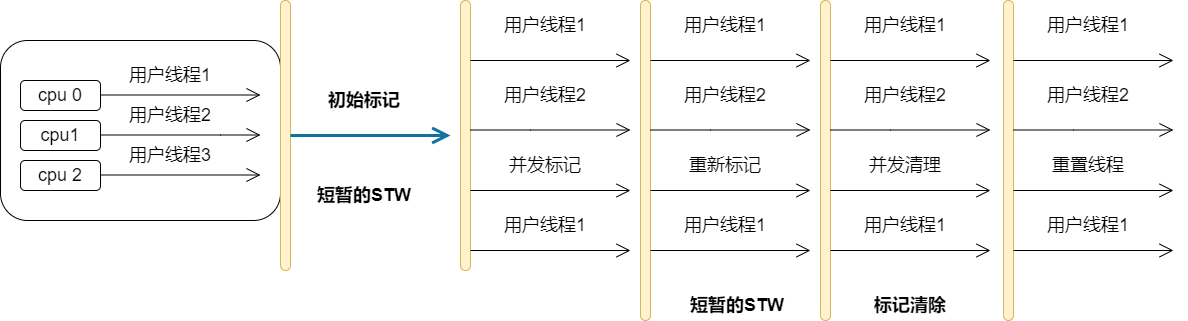
This is CMS收集器工作流程.png from Langmouren/langxuan, a draw.io export, as it was before one commit. Source tidied: cells renumbered, new cells last; positions are measured from the earlier drawing's top-left corner, leaving out a move shared by most shapes. The source it was exported from:
```xml
<mxGraphModel>
  <root>
    <mxCell id="0" />
    <mxCell id="1" parent="0" />
    <mxCell id="2" style="rounded=1;whiteSpace=wrap;html=1;" parent="1" vertex="1">
      <mxGeometry y="40" width="280" height="180" as="geometry" />
    </mxCell>
    <mxCell id="3" value="cpu 0" style="rounded=1;whiteSpace=wrap;html=1;strokeWidth=1;fontSize=18;" parent="1" vertex="1">
      <mxGeometry x="20" y="80" width="80" height="30" as="geometry" />
    </mxCell>
    <mxCell id="4" value="cpu1" style="rounded=1;whiteSpace=wrap;html=1;strokeWidth=1;fontSize=18;" parent="1" vertex="1">
      <mxGeometry x="20" y="120" width="80" height="30" as="geometry" />
    </mxCell>
    <mxCell id="5" value="cpu 2" style="rounded=1;whiteSpace=wrap;html=1;strokeWidth=1;fontSize=18;" parent="1" vertex="1">
      <mxGeometry x="20" y="160" width="80" height="30" as="geometry" />
    </mxCell>
    <mxCell id="6" style="endArrow=open;endFill=1;endSize=12;html=1;rounded=0;edgeStyle=orthogonalEdgeStyle;fontSize=18;" parent="1" edge="1">
      <mxGeometry relative="1" as="geometry">
        <mxPoint x="100" y="94.5" as="sourcePoint" />
        <mxPoint x="260" y="94.5" as="targetPoint" />
        <Array as="points">
          <mxPoint x="260" y="95" />
          <mxPoint x="260" y="95" />
        </Array>
      </mxGeometry>
    </mxCell>
    <mxCell id="7" style="endArrow=open;endFill=1;endSize=12;html=1;rounded=0;edgeStyle=orthogonalEdgeStyle;fontSize=18;" parent="1" edge="1">
      <mxGeometry relative="1" as="geometry">
        <mxPoint x="100" y="134.5" as="sourcePoint" />
        <mxPoint x="260" y="134.5" as="targetPoint" />
        <Array as="points">
          <mxPoint x="220" y="135" />
          <mxPoint x="220" y="135" />
        </Array>
      </mxGeometry>
    </mxCell>
    <mxCell id="8" style="endArrow=open;endFill=1;endSize=12;html=1;rounded=0;edgeStyle=orthogonalEdgeStyle;fontSize=18;" parent="1" edge="1">
      <mxGeometry relative="1" as="geometry">
        <mxPoint x="100" y="174.5" as="sourcePoint" />
        <mxPoint x="260" y="174.5" as="targetPoint" />
        <Array as="points">
          <mxPoint x="260" y="175" />
          <mxPoint x="260" y="175" />
        </Array>
      </mxGeometry>
    </mxCell>
    <mxCell id="9" value="用户线程3" style="text;html=1;strokeColor=none;fillColor=none;align=center;verticalAlign=middle;whiteSpace=wrap;rounded=0;fontSize=18;" parent="1" vertex="1">
      <mxGeometry x="125" y="150" width="90" height="10" as="geometry" />
    </mxCell>
    <mxCell id="10" value="用户线程2" style="text;html=1;strokeColor=none;fillColor=none;align=center;verticalAlign=middle;whiteSpace=wrap;rounded=0;fontSize=18;" parent="1" vertex="1">
      <mxGeometry x="125" y="110" width="90" height="10" as="geometry" />
    </mxCell>
    <mxCell id="11" style="html=1;points=[];perimeter=orthogonalPerimeter;rounded=1;fontSize=18;strokeWidth=1;arcSize=50;fillColor=#fff2cc;strokeColor=#d6b656;" parent="1" vertex="1">
      <mxGeometry x="280" width="10" height="270" as="geometry" />
    </mxCell>
    <mxCell id="12" style="endArrow=open;endFill=1;endSize=12;html=1;rounded=0;edgeStyle=orthogonalEdgeStyle;fontSize=18;fillColor=#b1ddf0;spacing=6;strokeWidth=3;strokeColor=#10739e;" parent="1" edge="1" source="11">
      <mxGeometry relative="1" as="geometry">
        <mxPoint x="450" y="135" as="targetPoint" />
      </mxGeometry>
    </mxCell>
    <mxCell id="13" value="&lt;b&gt;初始标记&lt;/b&gt;" style="text;html=1;strokeColor=none;fillColor=none;align=center;verticalAlign=middle;whiteSpace=wrap;rounded=0;fontSize=18;" parent="1" vertex="1">
      <mxGeometry x="326" y="90" width="76" height="20" as="geometry" />
    </mxCell>
    <mxCell id="14" style="html=1;perimeter=orthogonalPerimeter;rounded=1;fontSize=18;strokeWidth=1;arcSize=50;fillColor=#fff2cc;strokeColor=#d6b656;" parent="1" vertex="1">
      <mxGeometry x="460" width="10" height="270" as="geometry" />
    </mxCell>
    <mxCell id="15" value="用户线程1" style="text;html=1;strokeColor=none;fillColor=none;align=center;verticalAlign=middle;whiteSpace=wrap;rounded=0;fontSize=18;" parent="1" vertex="1">
      <mxGeometry x="125" y="70" width="90" height="10" as="geometry" />
    </mxCell>
    <mxCell id="16" style="endArrow=open;endFill=1;endSize=12;html=1;rounded=0;edgeStyle=orthogonalEdgeStyle;fontSize=18;" parent="1" edge="1">
      <mxGeometry relative="1" as="geometry">
        <mxPoint x="470" y="190" as="sourcePoint" />
        <mxPoint x="630" y="190" as="targetPoint" />
        <Array as="points">
          <mxPoint x="630" y="190.5" />
          <mxPoint x="630" y="190.5" />
        </Array>
      </mxGeometry>
    </mxCell>
    <mxCell id="17" style="endArrow=open;endFill=1;endSize=12;html=1;rounded=0;edgeStyle=orthogonalEdgeStyle;fontSize=18;" parent="1" edge="1">
      <mxGeometry relative="1" as="geometry">
        <mxPoint x="470" y="250" as="sourcePoint" />
        <mxPoint x="630" y="250" as="targetPoint" />
        <Array as="points">
          <mxPoint x="630" y="250.5" />
          <mxPoint x="630" y="250.5" />
        </Array>
      </mxGeometry>
    </mxCell>
    <mxCell id="18" style="group;shadow=0;sketch=0;glass=0;rounded=0;" parent="1" vertex="1">
      <mxGeometry x="500" y="20" width="100" height="200" as="geometry" />
    </mxCell>
    <mxCell id="19" value="用户线程1" style="text;html=1;strokeColor=none;fillColor=none;align=center;verticalAlign=middle;whiteSpace=wrap;rounded=0;fontSize=18;" parent="18" vertex="1">
      <mxGeometry width="90" height="10" as="geometry" />
    </mxCell>
    <mxCell id="20" value="并发标记" style="text;html=1;strokeColor=none;fillColor=none;align=center;verticalAlign=middle;whiteSpace=wrap;rounded=0;fontSize=18;" parent="18" vertex="1">
      <mxGeometry y="140" width="90" height="10" as="geometry" />
    </mxCell>
    <mxCell id="21" value="用户线程2" style="text;html=1;strokeColor=none;fillColor=none;align=center;verticalAlign=middle;whiteSpace=wrap;rounded=0;fontSize=18;" parent="18" vertex="1">
      <mxGeometry y="60" width="90" height="30" as="geometry" />
    </mxCell>
    <mxCell id="22" style="endArrow=open;endFill=1;endSize=12;html=1;rounded=0;edgeStyle=orthogonalEdgeStyle;fontSize=18;" parent="18" edge="1">
      <mxGeometry relative="1" as="geometry">
        <mxPoint x="-30" y="109.5" as="sourcePoint" />
        <mxPoint x="130" y="109.5" as="targetPoint" />
        <Array as="points">
          <mxPoint x="30" y="110" />
          <mxPoint x="30" y="110" />
        </Array>
      </mxGeometry>
    </mxCell>
    <mxCell id="23" style="endArrow=open;endFill=1;endSize=12;html=1;rounded=0;edgeStyle=orthogonalEdgeStyle;fontSize=18;" parent="18" edge="1">
      <mxGeometry relative="1" as="geometry">
        <mxPoint x="-30" y="40" as="sourcePoint" />
        <mxPoint x="130" y="40" as="targetPoint" />
        <Array as="points">
          <mxPoint x="130" y="40.5" />
          <mxPoint x="130" y="40.5" />
        </Array>
      </mxGeometry>
    </mxCell>
    <mxCell id="24" value="用户线程1" style="text;html=1;strokeColor=none;fillColor=none;align=center;verticalAlign=middle;whiteSpace=wrap;rounded=0;fontSize=18;" parent="1" vertex="1">
      <mxGeometry x="500" y="220" width="90" height="10" as="geometry" />
    </mxCell>
    <mxCell id="25" style="html=1;perimeter=orthogonalPerimeter;rounded=1;fontSize=18;strokeWidth=1;arcSize=50;fillColor=#fff2cc;strokeColor=#d6b656;" parent="1" vertex="1">
      <mxGeometry x="640" width="10" height="320" as="geometry" />
    </mxCell>
    <mxCell id="26" style="endArrow=open;endFill=1;endSize=12;html=1;rounded=0;edgeStyle=orthogonalEdgeStyle;fontSize=18;" parent="1" edge="1">
      <mxGeometry relative="1" as="geometry">
        <mxPoint x="650" y="190" as="sourcePoint" />
        <mxPoint x="810" y="190" as="targetPoint" />
        <Array as="points">
          <mxPoint x="810" y="190.5" />
          <mxPoint x="810" y="190.5" />
        </Array>
      </mxGeometry>
    </mxCell>
    <mxCell id="27" style="endArrow=open;endFill=1;endSize=12;html=1;rounded=0;edgeStyle=orthogonalEdgeStyle;fontSize=18;" parent="1" edge="1">
      <mxGeometry relative="1" as="geometry">
        <mxPoint x="650" y="250" as="sourcePoint" />
        <mxPoint x="810" y="250" as="targetPoint" />
        <Array as="points">
          <mxPoint x="810" y="250.5" />
          <mxPoint x="810" y="250.5" />
        </Array>
      </mxGeometry>
    </mxCell>
    <mxCell id="28" style="group;shadow=0;sketch=0;glass=0;rounded=0;" parent="1" vertex="1">
      <mxGeometry x="680" y="20" width="100" height="200" as="geometry" />
    </mxCell>
    <mxCell id="29" value="用户线程1" style="text;html=1;strokeColor=none;fillColor=none;align=center;verticalAlign=middle;whiteSpace=wrap;rounded=0;fontSize=18;" parent="28" vertex="1">
      <mxGeometry width="90" height="10" as="geometry" />
    </mxCell>
    <mxCell id="30" value="重新标记" style="text;html=1;strokeColor=none;fillColor=none;align=center;verticalAlign=middle;whiteSpace=wrap;rounded=0;fontSize=18;" parent="28" vertex="1">
      <mxGeometry y="140" width="90" height="10" as="geometry" />
    </mxCell>
    <mxCell id="31" value="用户线程2" style="text;html=1;strokeColor=none;fillColor=none;align=center;verticalAlign=middle;whiteSpace=wrap;rounded=0;fontSize=18;" parent="28" vertex="1">
      <mxGeometry y="60" width="90" height="30" as="geometry" />
    </mxCell>
    <mxCell id="32" style="endArrow=open;endFill=1;endSize=12;html=1;rounded=0;edgeStyle=orthogonalEdgeStyle;fontSize=18;" parent="28" edge="1">
      <mxGeometry relative="1" as="geometry">
        <mxPoint x="-30" y="109.5" as="sourcePoint" />
        <mxPoint x="130" y="109.5" as="targetPoint" />
        <Array as="points">
          <mxPoint x="30" y="110" />
          <mxPoint x="30" y="110" />
        </Array>
      </mxGeometry>
    </mxCell>
    <mxCell id="33" style="endArrow=open;endFill=1;endSize=12;html=1;rounded=0;edgeStyle=orthogonalEdgeStyle;fontSize=18;" parent="28" edge="1">
      <mxGeometry relative="1" as="geometry">
        <mxPoint x="-30" y="40" as="sourcePoint" />
        <mxPoint x="130" y="40" as="targetPoint" />
        <Array as="points">
          <mxPoint x="130" y="40.5" />
          <mxPoint x="130" y="40.5" />
        </Array>
      </mxGeometry>
    </mxCell>
    <mxCell id="34" value="用户线程1" style="text;html=1;strokeColor=none;fillColor=none;align=center;verticalAlign=middle;whiteSpace=wrap;rounded=0;fontSize=18;" parent="1" vertex="1">
      <mxGeometry x="680" y="220" width="90" height="10" as="geometry" />
    </mxCell>
    <mxCell id="35" style="html=1;perimeter=orthogonalPerimeter;rounded=1;fontSize=18;strokeWidth=1;arcSize=50;fillColor=#fff2cc;strokeColor=#d6b656;" parent="1" vertex="1">
      <mxGeometry x="820" width="10" height="320" as="geometry" />
    </mxCell>
    <mxCell id="36" style="endArrow=open;endFill=1;endSize=12;html=1;rounded=0;edgeStyle=orthogonalEdgeStyle;fontSize=18;" parent="1" edge="1">
      <mxGeometry relative="1" as="geometry">
        <mxPoint x="830" y="190" as="sourcePoint" />
        <mxPoint x="990" y="190" as="targetPoint" />
        <Array as="points">
          <mxPoint x="990" y="190.5" />
          <mxPoint x="990" y="190.5" />
        </Array>
      </mxGeometry>
    </mxCell>
    <mxCell id="37" style="endArrow=open;endFill=1;endSize=12;html=1;rounded=0;edgeStyle=orthogonalEdgeStyle;fontSize=18;" parent="1" edge="1">
      <mxGeometry relative="1" as="geometry">
        <mxPoint x="830" y="250" as="sourcePoint" />
        <mxPoint x="990" y="250" as="targetPoint" />
        <Array as="points">
          <mxPoint x="990" y="250.5" />
          <mxPoint x="990" y="250.5" />
        </Array>
      </mxGeometry>
    </mxCell>
    <mxCell id="38" style="group;shadow=0;sketch=0;glass=0;rounded=0;" parent="1" vertex="1">
      <mxGeometry x="860" y="20" width="100" height="200" as="geometry" />
    </mxCell>
    <mxCell id="39" value="用户线程1" style="text;html=1;strokeColor=none;fillColor=none;align=center;verticalAlign=middle;whiteSpace=wrap;rounded=0;fontSize=18;" parent="38" vertex="1">
      <mxGeometry width="90" height="10" as="geometry" />
    </mxCell>
    <mxCell id="40" value="并发清理" style="text;html=1;strokeColor=none;fillColor=none;align=center;verticalAlign=middle;whiteSpace=wrap;rounded=0;fontSize=18;" parent="38" vertex="1">
      <mxGeometry y="140" width="90" height="10" as="geometry" />
    </mxCell>
    <mxCell id="41" value="用户线程2" style="text;html=1;strokeColor=none;fillColor=none;align=center;verticalAlign=middle;whiteSpace=wrap;rounded=0;fontSize=18;" parent="38" vertex="1">
      <mxGeometry y="60" width="90" height="30" as="geometry" />
    </mxCell>
    <mxCell id="42" style="endArrow=open;endFill=1;endSize=12;html=1;rounded=0;edgeStyle=orthogonalEdgeStyle;fontSize=18;" parent="38" edge="1">
      <mxGeometry relative="1" as="geometry">
        <mxPoint x="-30" y="109.5" as="sourcePoint" />
        <mxPoint x="130" y="109.5" as="targetPoint" />
        <Array as="points">
          <mxPoint x="30" y="110" />
          <mxPoint x="30" y="110" />
        </Array>
      </mxGeometry>
    </mxCell>
    <mxCell id="43" style="endArrow=open;endFill=1;endSize=12;html=1;rounded=0;edgeStyle=orthogonalEdgeStyle;fontSize=18;" parent="38" edge="1">
      <mxGeometry relative="1" as="geometry">
        <mxPoint x="-30" y="40" as="sourcePoint" />
        <mxPoint x="130" y="40" as="targetPoint" />
        <Array as="points">
          <mxPoint x="130" y="40.5" />
          <mxPoint x="130" y="40.5" />
        </Array>
      </mxGeometry>
    </mxCell>
    <mxCell id="44" value="用户线程1" style="text;html=1;strokeColor=none;fillColor=none;align=center;verticalAlign=middle;whiteSpace=wrap;rounded=0;fontSize=18;" parent="1" vertex="1">
      <mxGeometry x="860" y="220" width="90" height="10" as="geometry" />
    </mxCell>
    <mxCell id="45" style="html=1;perimeter=orthogonalPerimeter;rounded=1;fontSize=18;strokeWidth=1;arcSize=50;fillColor=#fff2cc;strokeColor=#d6b656;" parent="1" vertex="1">
      <mxGeometry x="1003" width="10" height="320" as="geometry" />
    </mxCell>
    <mxCell id="46" style="endArrow=open;endFill=1;endSize=12;html=1;rounded=0;edgeStyle=orthogonalEdgeStyle;fontSize=18;" parent="1" edge="1">
      <mxGeometry relative="1" as="geometry">
        <mxPoint x="1013" y="190" as="sourcePoint" />
        <mxPoint x="1173" y="190" as="targetPoint" />
        <Array as="points">
          <mxPoint x="1173" y="190.5" />
          <mxPoint x="1173" y="190.5" />
        </Array>
      </mxGeometry>
    </mxCell>
    <mxCell id="47" style="endArrow=open;endFill=1;endSize=12;html=1;rounded=0;edgeStyle=orthogonalEdgeStyle;fontSize=18;" parent="1" edge="1">
      <mxGeometry relative="1" as="geometry">
        <mxPoint x="1013" y="250" as="sourcePoint" />
        <mxPoint x="1173" y="250" as="targetPoint" />
        <Array as="points">
          <mxPoint x="1173" y="250.5" />
          <mxPoint x="1173" y="250.5" />
        </Array>
      </mxGeometry>
    </mxCell>
    <mxCell id="48" style="group;shadow=0;sketch=0;glass=0;rounded=0;" parent="1" vertex="1">
      <mxGeometry x="1043" y="20" width="100" height="200" as="geometry" />
    </mxCell>
    <mxCell id="49" value="用户线程1" style="text;html=1;strokeColor=none;fillColor=none;align=center;verticalAlign=middle;whiteSpace=wrap;rounded=0;fontSize=18;" parent="48" vertex="1">
      <mxGeometry width="90" height="10" as="geometry" />
    </mxCell>
    <mxCell id="50" value="重置线程" style="text;html=1;strokeColor=none;fillColor=none;align=center;verticalAlign=middle;whiteSpace=wrap;rounded=0;fontSize=18;" parent="48" vertex="1">
      <mxGeometry y="140" width="90" height="10" as="geometry" />
    </mxCell>
    <mxCell id="51" value="用户线程2" style="text;html=1;strokeColor=none;fillColor=none;align=center;verticalAlign=middle;whiteSpace=wrap;rounded=0;fontSize=18;" parent="48" vertex="1">
      <mxGeometry y="60" width="90" height="30" as="geometry" />
    </mxCell>
    <mxCell id="52" style="endArrow=open;endFill=1;endSize=12;html=1;rounded=0;edgeStyle=orthogonalEdgeStyle;fontSize=18;" parent="48" edge="1">
      <mxGeometry relative="1" as="geometry">
        <mxPoint x="-30" y="109.5" as="sourcePoint" />
        <mxPoint x="130" y="109.5" as="targetPoint" />
        <Array as="points">
          <mxPoint x="30" y="110" />
          <mxPoint x="30" y="110" />
        </Array>
      </mxGeometry>
    </mxCell>
    <mxCell id="53" style="endArrow=open;endFill=1;endSize=12;html=1;rounded=0;edgeStyle=orthogonalEdgeStyle;fontSize=18;" parent="48" edge="1">
      <mxGeometry relative="1" as="geometry">
        <mxPoint x="-30" y="40" as="sourcePoint" />
        <mxPoint x="130" y="40" as="targetPoint" />
        <Array as="points">
          <mxPoint x="130" y="40.5" />
          <mxPoint x="130" y="40.5" />
        </Array>
      </mxGeometry>
    </mxCell>
    <mxCell id="54" value="用户线程1" style="text;html=1;strokeColor=none;fillColor=none;align=center;verticalAlign=middle;whiteSpace=wrap;rounded=0;fontSize=18;" parent="1" vertex="1">
      <mxGeometry x="1043" y="220" width="90" height="10" as="geometry" />
    </mxCell>
    <mxCell id="55" value="短暂的STW" style="text;html=1;strokeColor=none;fillColor=none;align=center;verticalAlign=middle;whiteSpace=wrap;rounded=0;shadow=0;glass=0;sketch=0;fontSize=18;fontStyle=1;" parent="1" vertex="1">
      <mxGeometry x="307" y="180" width="114" height="30" as="geometry" />
    </mxCell>
    <mxCell id="56" value="短暂的STW" style="text;html=1;strokeColor=none;fillColor=none;align=center;verticalAlign=middle;whiteSpace=wrap;rounded=0;shadow=0;glass=0;sketch=0;fontSize=18;fontStyle=1;" parent="1" vertex="1">
      <mxGeometry x="680" y="290" width="114" height="30" as="geometry" />
    </mxCell>
    <mxCell id="57" value="标记清除" style="text;html=1;strokeColor=none;fillColor=none;align=center;verticalAlign=middle;whiteSpace=wrap;rounded=0;shadow=0;glass=0;sketch=0;fontSize=18;fontStyle=1;" parent="1" vertex="1">
      <mxGeometry x="853" y="290" width="114" height="30" as="geometry" />
    </mxCell>
  </root>
</mxGraphModel>
```
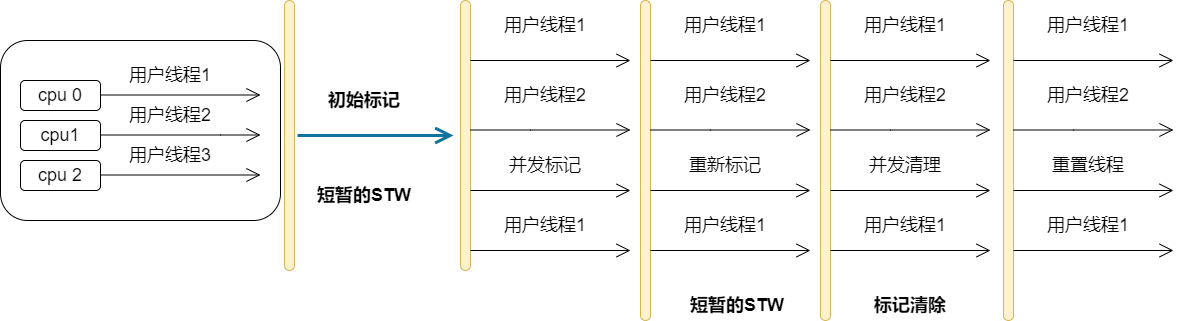
The same file after the commit.

Commit message:
Update CMS收集器工作流程.png

Diff of the diagram source:
```diff
@@ -51,11 +51,12 @@
       <mxGeometry x="125" y="110" width="90" height="10" as="geometry" />
     </mxCell>
     <mxCell id="11" style="html=1;points=[];perimeter=orthogonalPerimeter;rounded=1;fontSize=18;strokeWidth=1;arcSize=50;fillColor=#fff2cc;strokeColor=#d6b656;" parent="1" vertex="1">
-      <mxGeometry x="280" width="10" height="270" as="geometry" />
+      <mxGeometry x="284" width="10" height="270" as="geometry" />
     </mxCell>
-    <mxCell id="12" style="endArrow=open;endFill=1;endSize=12;html=1;rounded=0;edgeStyle=orthogonalEdgeStyle;fontSize=18;fillColor=#b1ddf0;spacing=6;strokeWidth=3;strokeColor=#10739e;" parent="1" edge="1" source="11">
+    <mxCell id="12" style="endArrow=open;endFill=1;endSize=12;html=1;rounded=0;edgeStyle=orthogonalEdgeStyle;fontSize=18;fillColor=#b1ddf0;spacing=6;strokeWidth=3;strokeColor=#10739e;" parent="1" edge="1">
       <mxGeometry relative="1" as="geometry">
-        <mxPoint x="450" y="135" as="targetPoint" />
+        <mxPoint x="297" y="135" as="sourcePoint" />
+        <mxPoint x="453" y="135" as="targetPoint" />
       </mxGeometry>
     </mxCell>
     <mxCell id="13" value="&lt;b&gt;初始标记&lt;/b&gt;" style="text;html=1;strokeColor=none;fillColor=none;align=center;verticalAlign=middle;whiteSpace=wrap;rounded=0;fontSize=18;" parent="1" vertex="1">
```
